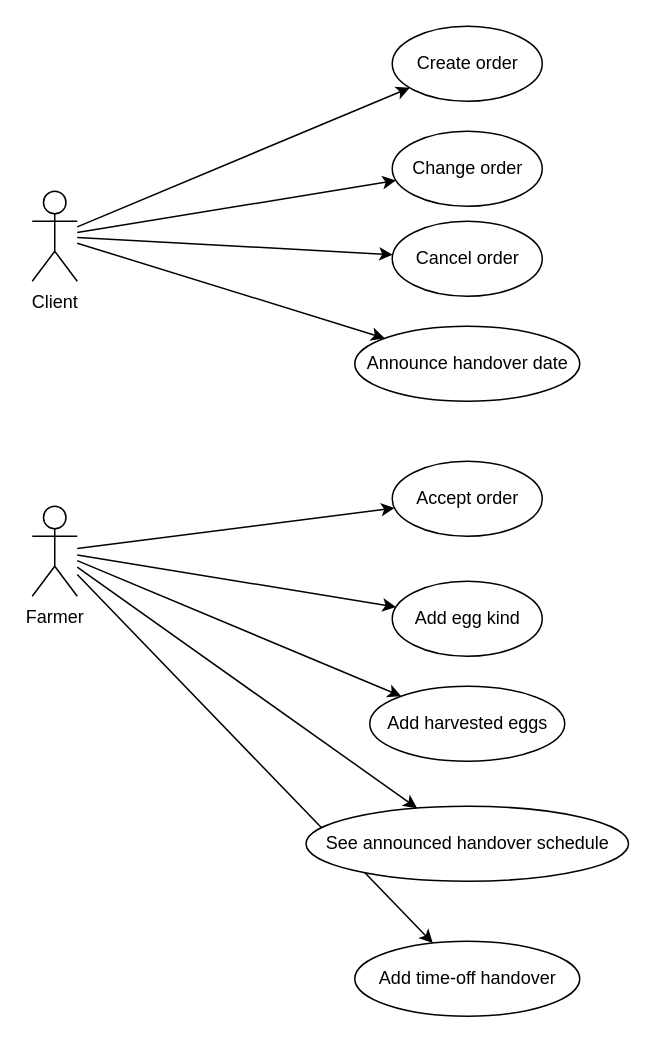
Above: diagrams/process-actors.drawio in oldrich-todt/Eggcelent (draw.io), before the change. Source tidied: cells renumbered, new cells numbered last; positions are measured from the earlier drawing's top-left corner, leaving out a move shared by most shapes. Both pictures are drawn from the tidied source at 150%, with x=0, y=0 at pixel (32, 26).
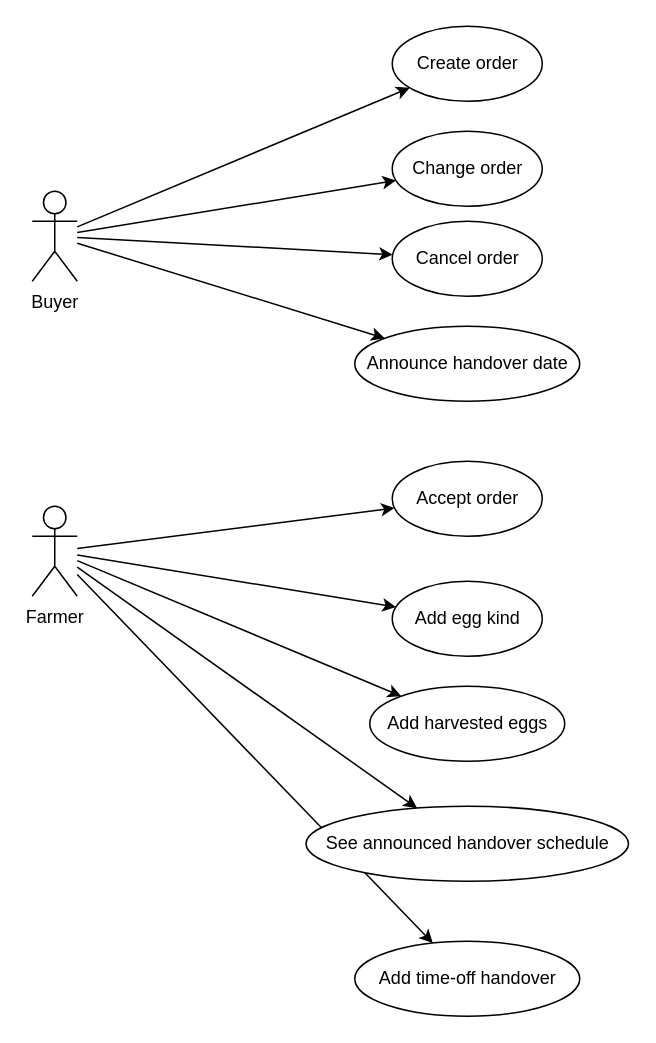
After the change.

Commit message:
Change actor name from Client to Buyer

Change to the diagram source:
```diff
@@
-    <mxCell id="7" value="Client" style="shape=umlActor;verticalLabelPosition=bottom;verticalAlign=top;html=1;outlineConnect=0;" parent="1" vertex="1">
+    <mxCell id="7" value="Buyer" style="shape=umlActor;verticalLabelPosition=bottom;verticalAlign=top;html=1;outlineConnect=0;" parent="1" vertex="1">
       <mxGeometry y="110" width="30" height="60" as="geometry" />
     </mxCell>
```
